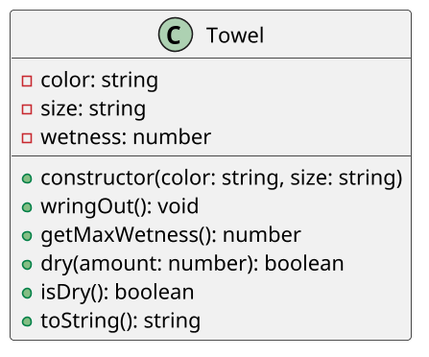
qxcodepoo/arcade keeps this PlantUML diagram as labs/enxugar/assets/diagrama.png. Above is the earlier version. The source it was exported from:
```plantuml
@startuml

skinparam defaultFontName "Source Code Pro"
skinparam dpi 150

class Towel {
    - color: string
    - size: string
    - wetness: number
    __
    + constructor(color: string, size: string)
    + wringOut(): void
    + getMaxWetness(): number
    + dry(amount: number): boolean
    + isDry(): boolean
    + toString(): string
}
@enduml
```
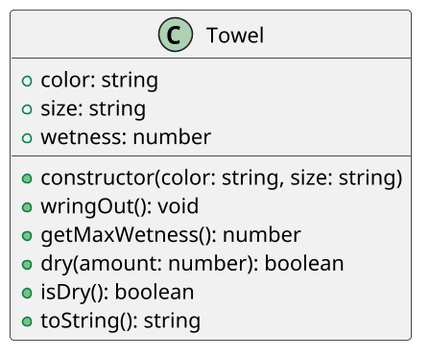
The same file after the commit.

What changed in the source:
```diff
@@ -4,9 +4,9 @@
 skinparam dpi 150
 
 class Towel {
-    - color: string
-    - size: string
-    - wetness: number
+    + color: string
+    + size: string
+    + wetness: number
     __
     + constructor(color: string, size: string)
     + wringOut(): void
```
